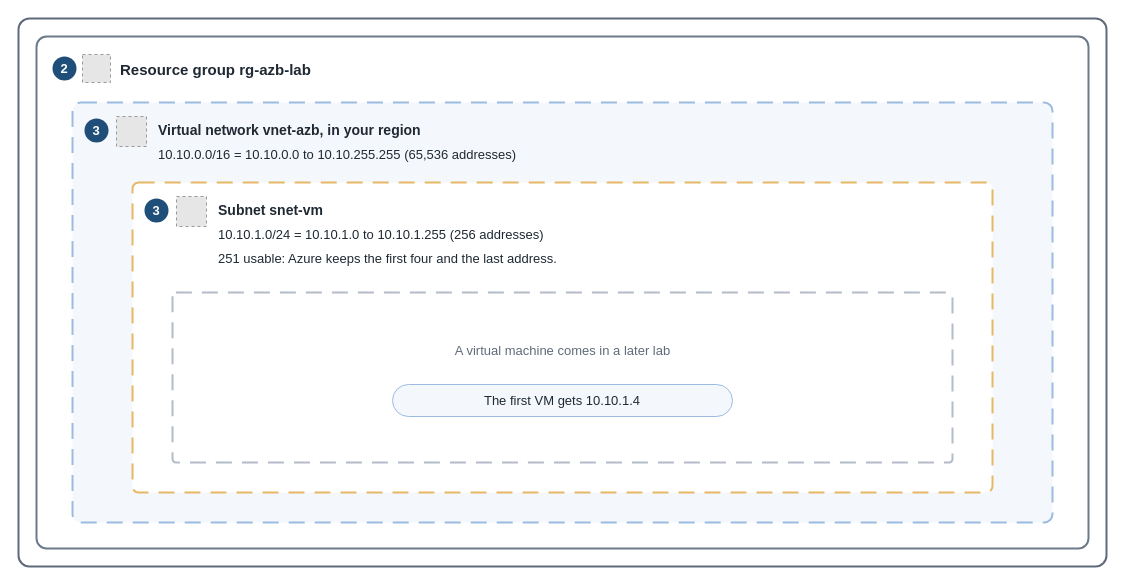
Above: src/img/basics/virtual-network-subnet.drawio in AddySidd27/cloud-ai-notes (draw.io), before the change. Source tidied: cells renumbered, new cells numbered last; positions are measured from the earlier drawing's top-left corner, leaving out a move shared by most shapes. Both pictures are drawn from the tidied source at 100%, with x=0, y=0 at pixel (18, 18). Pictures stored in the file or linked from it are replaced by grey dashed boxes.
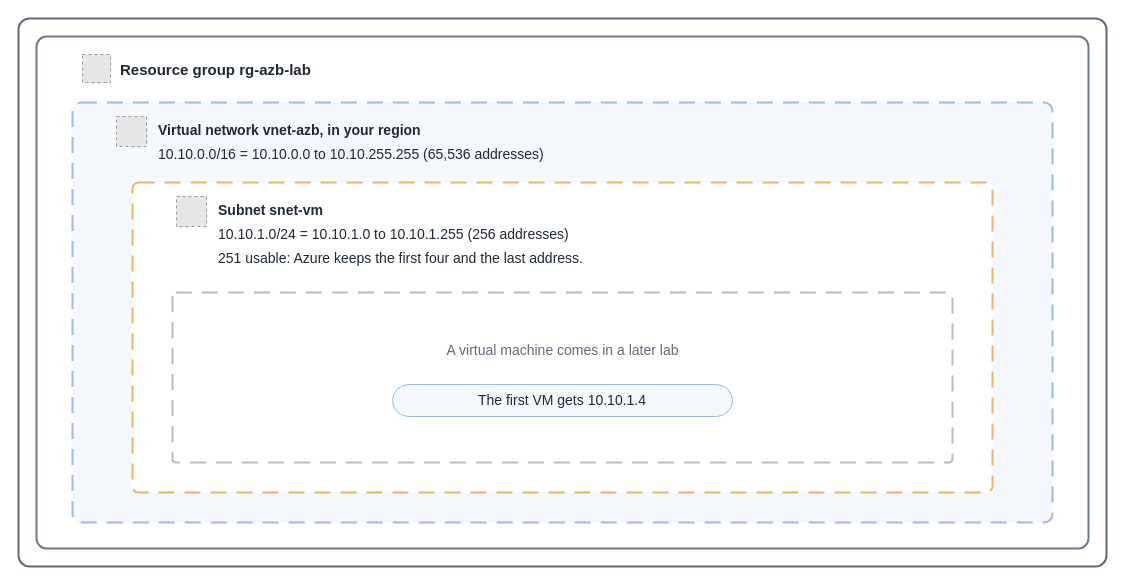
After the change.

The edit, as a diff of the source:
```diff
@@
-    <mxCell id="4" value="2" style="ellipse;whiteSpace=wrap;html=1;fillColor=#1f4e79;strokeColor=none;fontColor=#ffffff;fontSize=13;fontStyle=1;" parent="1" vertex="1">
-      <mxGeometry x="34" y="38" width="24" height="24" as="geometry" />
+    <mxCell id="4" style="fillColor=#E6E6E6;strokeColor=#999999;dashed=1;html=1;" parent="1" vertex="1">
+      <mxGeometry x="64" y="36" width="28" height="28" as="geometry" />
     </mxCell>
-    <mxCell id="5" style="fillColor=#E6E6E6;strokeColor=#999999;dashed=1;html=1;" parent="1" vertex="1">
-      <mxGeometry x="64" y="36" width="28" height="28" as="geometry" />
+    <mxCell id="5" value="&lt;b&gt;Resource group rg-azb-lab&lt;/b&gt;" style="text;html=1;align=left;verticalAlign=middle;fontSize=15;fontColor=#1f2933;" parent="1" vertex="1">
+      <mxGeometry x="100" y="39" width="700" height="24" as="geometry" />
     </mxCell>
-    <mxCell id="6" value="&lt;b&gt;Resource group rg-azb-lab&lt;/b&gt;" style="text;html=1;align=left;verticalAlign=middle;fontSize=15;fontColor=#1f2933;" parent="1" vertex="1">
-      <mxGeometry x="100" y="39" width="700" height="24" as="geometry" />
+    <mxCell id="6" style="rounded=1;arcSize=2;html=1;fillColor=#f4f8fd;strokeColor=#9bbbe0;strokeWidth=2;dashed=1;dashPattern=8 5;" parent="1" vertex="1">
+      <mxGeometry x="54" y="84" width="980" height="420" as="geometry" />
     </mxCell>
-    <mxCell id="7" style="rounded=1;arcSize=2;html=1;fillColor=#f4f8fd;strokeColor=#9bbbe0;strokeWidth=2;dashed=1;dashPattern=8 5;" parent="1" vertex="1">
-      <mxGeometry x="54" y="84" width="980" height="420" as="geometry" />
+    <mxCell id="7" style="fillColor=#E6E6E6;strokeColor=#999999;dashed=1;html=1;" parent="1" vertex="1">
+      <mxGeometry x="98" y="98" width="30" height="30" as="geometry" />
     </mxCell>
-    <mxCell id="8" value="3" style="ellipse;whiteSpace=wrap;html=1;fillColor=#1f4e79;strokeColor=none;fontColor=#ffffff;fontSize=13;fontStyle=1;" parent="1" vertex="1">
-      <mxGeometry x="66" y="100" width="24" height="24" as="geometry" />
+    <mxCell id="8" value="&lt;b&gt;Virtual network vnet-azb, in your region&lt;/b&gt;" style="text;html=1;align=left;verticalAlign=middle;fontSize=14;fontColor=#1f2933;" parent="1" vertex="1">
+      <mxGeometry x="138" y="100" width="700" height="24" as="geometry" />
     </mxCell>
-    <mxCell id="9" style="fillColor=#E6E6E6;strokeColor=#999999;dashed=1;html=1;" parent="1" vertex="1">
-      <mxGeometry x="98" y="98" width="30" height="30" as="geometry" />
+    <mxCell id="9" value="10.10.0.0/16 = 10.10.0.0 to 10.10.255.255 (65,536 addresses)" style="text;html=1;align=left;verticalAlign=middle;fontSize=14;fontColor=#1f2933;" parent="1" vertex="1">
+      <mxGeometry x="138" y="124" width="800" height="24" as="geometry" />
     </mxCell>
-    <mxCell id="10" value="&lt;b&gt;Virtual network vnet-azb, in your region&lt;/b&gt;" style="text;html=1;align=left;verticalAlign=middle;fontSize=14;fontColor=#1f2933;" parent="1" vertex="1">
-      <mxGeometry x="138" y="100" width="700" height="24" as="geometry" />
+    <mxCell id="10" style="rounded=1;arcSize=2;html=1;fillColor=#ffffff;strokeColor=#e6b866;strokeWidth=2;dashed=1;dashPattern=8 5;" parent="1" vertex="1">
+      <mxGeometry x="114" y="164" width="860" height="310" as="geometry" />
     </mxCell>
-    <mxCell id="11" value="10.10.0.0/16 = 10.10.0.0 to 10.10.255.255 (65,536 addresses)" style="text;html=1;align=left;verticalAlign=middle;fontSize=13;fontColor=#1f2933;" parent="1" vertex="1">
-      <mxGeometry x="138" y="124" width="800" height="24" as="geometry" />
+    <mxCell id="11" style="fillColor=#E6E6E6;strokeColor=#999999;dashed=1;html=1;" parent="1" vertex="1">
+      <mxGeometry x="158" y="178" width="30" height="30" as="geometry" />
     </mxCell>
-    <mxCell id="12" style="rounded=1;arcSize=2;html=1;fillColor=#ffffff;strokeColor=#e6b866;strokeWidth=2;dashed=1;dashPattern=8 5;" parent="1" vertex="1">
-      <mxGeometry x="114" y="164" width="860" height="310" as="geometry" />
+    <mxCell id="12" value="&lt;b&gt;Subnet snet-vm&lt;/b&gt;" style="text;html=1;align=left;verticalAlign=middle;fontSize=14;fontColor=#1f2933;" parent="1" vertex="1">
+      <mxGeometry x="198" y="180" width="600" height="24" as="geometry" />
     </mxCell>
-    <mxCell id="13" value="3" style="ellipse;whiteSpace=wrap;html=1;fillColor=#1f4e79;strokeColor=none;fontColor=#ffffff;fontSize=13;fontStyle=1;" parent="1" vertex="1">
-      <mxGeometry x="126" y="180" width="24" height="24" as="geometry" />
+    <mxCell id="13" value="10.10.1.0/24 = 10.10.1.0 to 10.10.1.255 (256 addresses)" style="text;html=1;align=left;verticalAlign=middle;fontSize=14;fontColor=#1f2933;" parent="1" vertex="1">
+      <mxGeometry x="198" y="204" width="700" height="24" as="geometry" />
     </mxCell>
-    <mxCell id="14" style="fillColor=#E6E6E6;strokeColor=#999999;dashed=1;html=1;" parent="1" vertex="1">
-      <mxGeometry x="158" y="178" width="30" height="30" as="geometry" />
+    <mxCell id="14" value="251 usable: Azure keeps the first four and the last address." style="text;html=1;align=left;verticalAlign=middle;fontSize=14;fontColor=#1f2933;" parent="1" vertex="1">
+      <mxGeometry x="198" y="228" width="700" height="24" as="geometry" />
     </mxCell>
-    <mxCell id="15" value="&lt;b&gt;Subnet snet-vm&lt;/b&gt;" style="text;html=1;align=left;verticalAlign=middle;fontSize=14;fontColor=#1f2933;" parent="1" vertex="1">
-      <mxGeometry x="198" y="180" width="600" height="24" as="geometry" />
+    <mxCell id="15" style="rounded=1;arcSize=2;html=1;fillColor=#ffffff;strokeColor=#b4bcc7;strokeWidth=2;dashed=1;dashPattern=8 5;" parent="1" vertex="1">
+      <mxGeometry x="154" y="274" width="780" height="170" as="geometry" />
     </mxCell>
-    <mxCell id="16" value="10.10.1.0/24 = 10.10.1.0 to 10.10.1.255 (256 addresses)" style="text;html=1;align=left;verticalAlign=middle;fontSize=13;fontColor=#1f2933;" parent="1" vertex="1">
-      <mxGeometry x="198" y="204" width="700" height="24" as="geometry" />
+    <mxCell id="16" value="A virtual machine comes in a later lab" style="text;html=1;align=center;verticalAlign=middle;fontSize=14;fontColor=#5f6b7a;" parent="1" vertex="1">
+      <mxGeometry x="164" y="320" width="760" height="24" as="geometry" />
     </mxCell>
-    <mxCell id="17" value="251 usable: Azure keeps the first four and the last address." style="text;html=1;align=left;verticalAlign=middle;fontSize=13;fontColor=#1f2933;" parent="1" vertex="1">
-      <mxGeometry x="198" y="228" width="700" height="24" as="geometry" />
+    <mxCell id="17" value="The first VM gets 10.10.1.4" style="rounded=1;arcSize=50;whiteSpace=wrap;html=1;fillColor=#f4f8fd;strokeColor=#9bbbe0;fontSize=14;fontColor=#1f2933;" parent="1" vertex="1">
+      <mxGeometry x="374" y="366" width="340" height="32" as="geometry" />
     </mxCell>
-    <mxCell id="18" style="rounded=1;arcSize=2;html=1;fillColor=#ffffff;strokeColor=#b4bcc7;strokeWidth=2;dashed=1;dashPattern=8 5;" parent="1" vertex="1">
-      <mxGeometry x="154" y="274" width="780" height="170" as="geometry" />
-    </mxCell>
-    <mxCell id="19" value="A virtual machine comes in a later lab" style="text;html=1;align=center;verticalAlign=middle;fontSize=13;fontColor=#5f6b7a;" parent="1" vertex="1">
-      <mxGeometry x="164" y="320" width="760" height="24" as="geometry" />
-    </mxCell>
-    <mxCell id="20" value="The first VM gets 10.10.1.4" style="rounded=1;arcSize=50;whiteSpace=wrap;html=1;fillColor=#f4f8fd;strokeColor=#9bbbe0;fontSize=13;fontColor=#1f2933;" parent="1" vertex="1">
-      <mxGeometry x="374" y="366" width="340" height="32" as="geometry" />
-    </mxCell>
```
